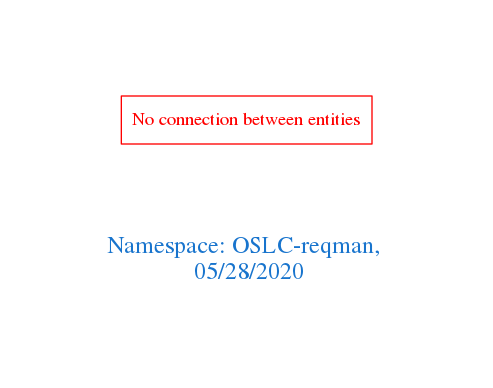
The Graphviz diagram downloads/OSLC-reqman.png in arago/OGIT, before a commit. Its source is kept beside it as downloads/OSLC-reqman.dot.
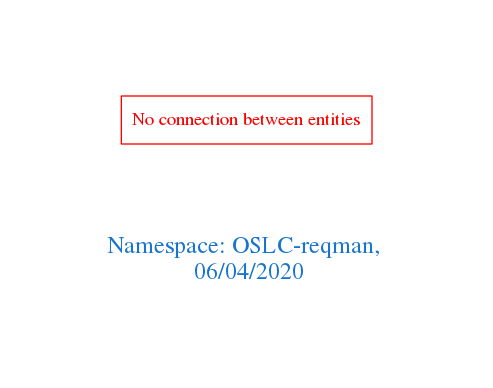
After the commit.

Change to the diagram source:
```diff
@@ -1,7 +1,7 @@
 digraph OGIT_ontology {
  graph [ rankdir= LR,pad=1
 fontsize = 18,
-fontcolor= dodgerblue3,label = "\n\n\nNamespace: OSLC-reqman, \n 05/28/2020"];
+fontcolor= dodgerblue3,label = "\n\n\nNamespace: OSLC-reqman, \n 06/04/2020"];
 node[shape=polygon];
 edge [  color="gray81"];
 
```
